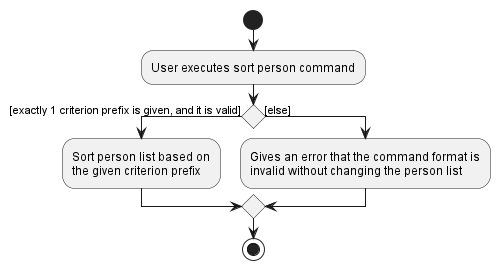
nus-cs2103-AY2223S1/tp keeps this PlantUML diagram as docs/images/SortPersonActivity.png. Above is the earlier version.
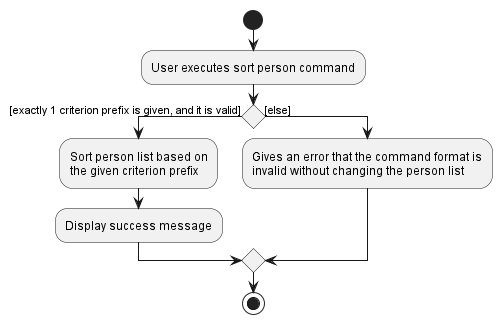
The same file after the commit.

Commit message:
Fix missing "display success message"

Change to the diagram source:
```diff
@@ -6,6 +6,7 @@
 if () then ([exactly 1 criterion prefix is given, and it is valid])
     :Sort person list based on
     the given criterion prefix;
+    :Display success message;
 else ([else])
     :Gives an error that the command format is
     invalid without changing the person list;
```
